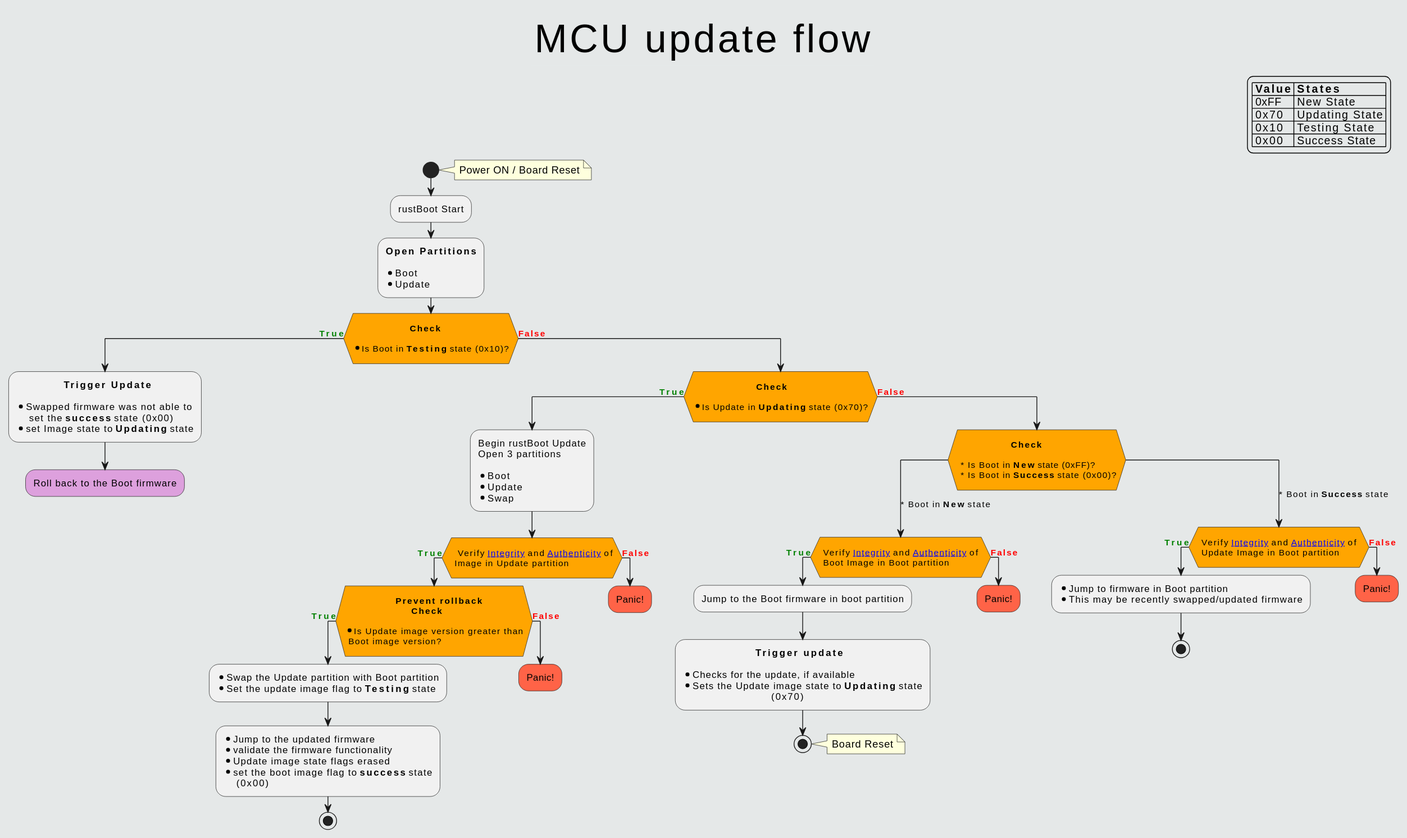
UdayakumarHidakal/RustBoot-state-diagrams keeps this PlantUML diagram as rustBoot_State_Diagram.svg. Above is the earlier version.
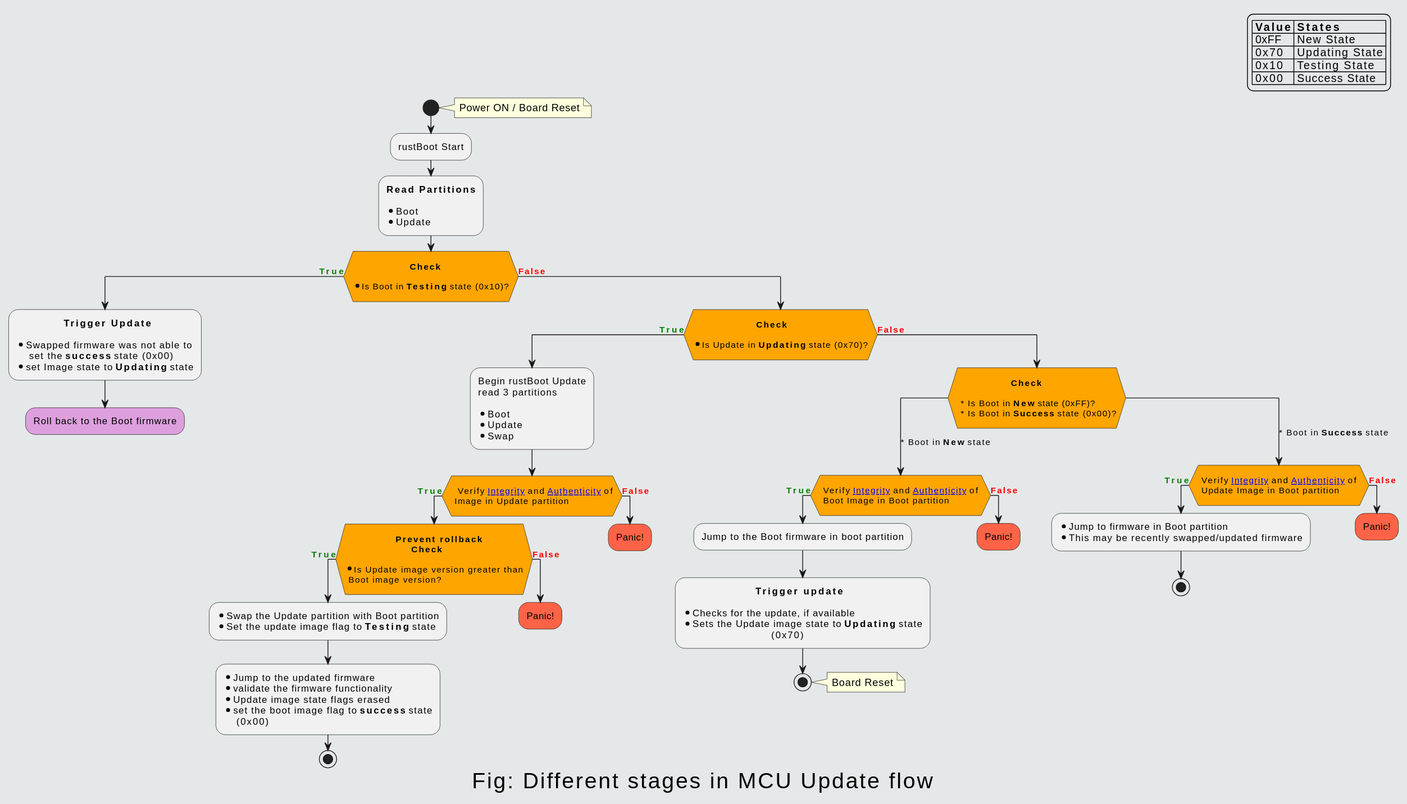
Above is the later version.

What changed in the source:
```diff
@@ -1,15 +1,17 @@
 @startuml
 skinparam backgroundColor   #e5e8e8
-skinparam titlefontsize 50
-skinparam titlefontstyle Broadway
-title MCU update flow
-
+<style>
+caption {
+  FontSize 28
+}
+</style>
+caption Fig: Different stages in MCU Update flow
 start
 note right: Power ON / Board Reset
 
   :rustBoot Start;
 
-  :**Open Partitions**
+  :**Read Partitions**
 
   * Boot
   * Update ;
@@ -33,7 +35,7 @@
 
 * Is Update in **Updating** state (0x70)?\n) then (<color:green>**True**);
     :Begin rustBoot Update
-    Open 3 partitions
+    read 3 partitions
 
     * Boot
     * Update
```
